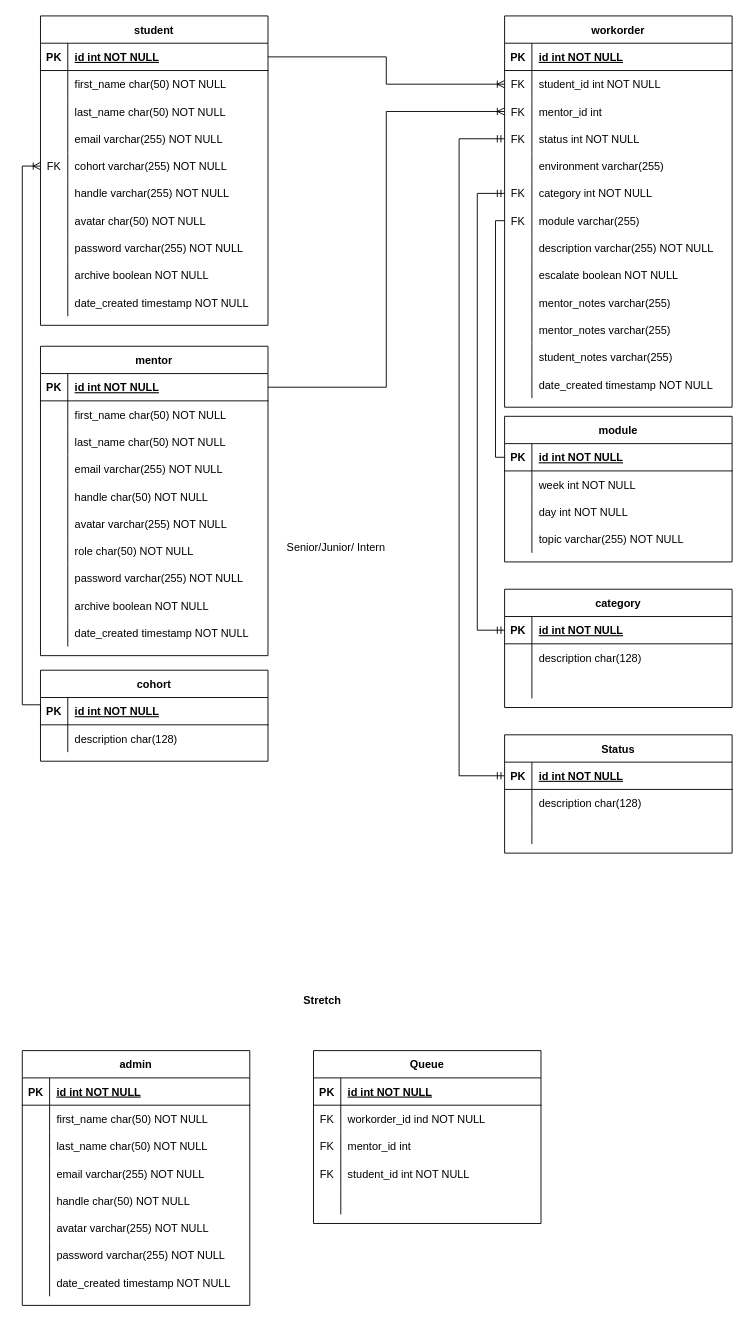
Above: doc/final_project_wo-erd.drawio in manwelja/final-project-workorders (draw.io), before the change. Source tidied: cells renumbered, new cells numbered last; positions are measured from the earlier drawing's top-left corner, leaving out a move shared by most shapes. Both pictures are drawn from the tidied source at 91%, with x=0, y=0 at pixel (22, 15).
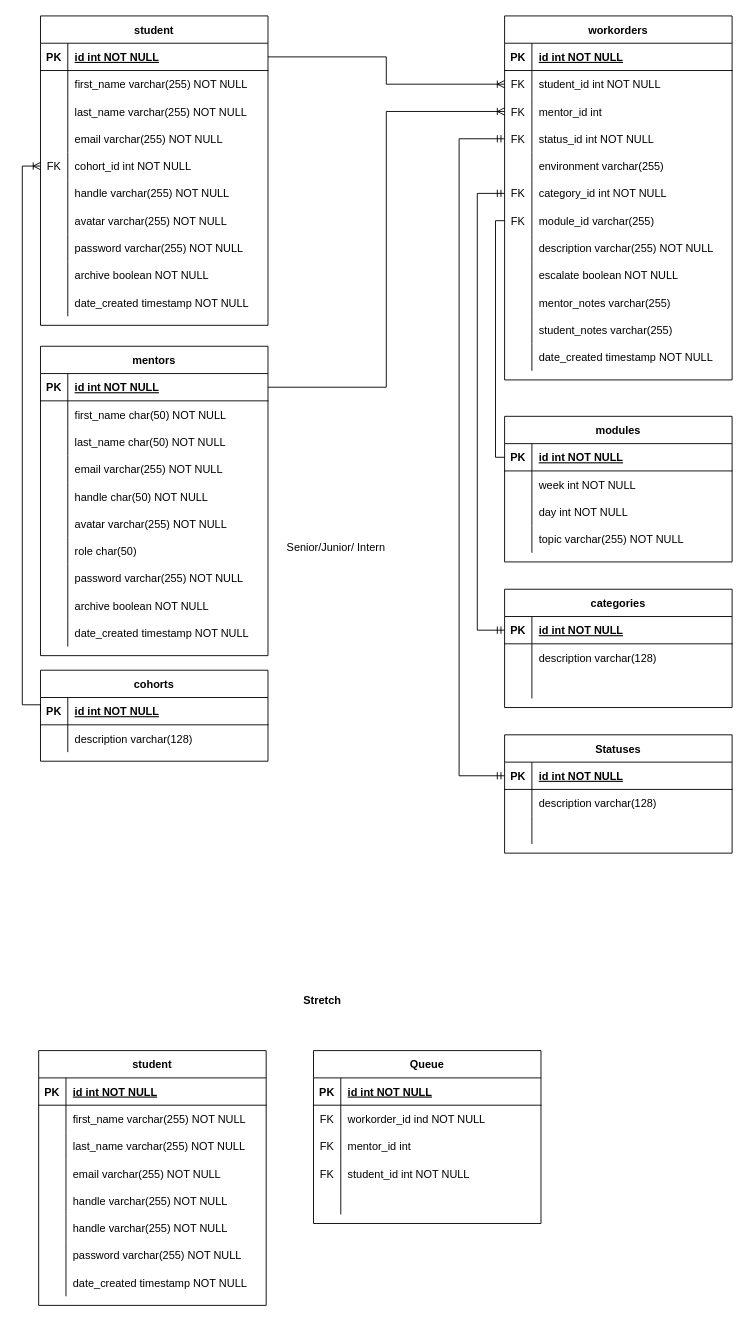
After the change.

The change refers to these unchanged cells:
```xml
<mxCell id="12" style="shape=partialRectangle;fillColor=none;points=[[0,0.5],[1,0.5]];portConstraint=eastwest;top=0;left=0;right=0;bottom=0;" parent="2" vertex="1">
  <mxGeometry y="120" width="250" height="30" as="geometry" />
</mxCell>
<mxCell id="18" style="shape=partialRectangle;fillColor=none;points=[[0,0.5],[1,0.5]];portConstraint=eastwest;top=0;left=0;right=0;bottom=0;" parent="2" vertex="1">
  <mxGeometry y="180" width="250" height="30" as="geometry" />
</mxCell>
<mxCell id="21" style="shape=partialRectangle;fillColor=none;points=[[0,0.5],[1,0.5]];portConstraint=eastwest;top=0;left=0;right=0;bottom=0;" parent="2" vertex="1">
  <mxGeometry y="210" width="250" height="30" as="geometry" />
</mxCell>
<mxCell id="59" style="shape=partialRectangle;fillColor=none;top=0;left=0;right=0;bottom=0;" parent="55" vertex="1">
  <mxGeometry y="60" width="250" height="30" as="geometry" />
</mxCell>
<mxCell id="62" style="shape=partialRectangle;fillColor=none;top=0;left=0;right=0;bottom=0;" parent="55" vertex="1">
  <mxGeometry y="90" width="250" height="30" as="geometry" />
</mxCell>
<mxCell id="68" style="shape=partialRectangle;fillColor=none;points=[[0,0.5],[1,0.5]];portConstraint=eastwest;top=0;left=0;right=0;bottom=0;" parent="55" vertex="1">
  <mxGeometry y="150" width="250" height="30" as="geometry" />
</mxCell>
<mxCell id="74" style="shape=partialRectangle;fillColor=none;top=0;left=0;right=0;bottom=0;" parent="55" vertex="1">
  <mxGeometry y="210" width="250" height="30" as="geometry" />
</mxCell>
<mxCell id="90" style="shape=partialRectangle;fillColor=none;top=0;left=0;right=0;bottom=0;" parent="86" vertex="1">
  <mxGeometry y="60" width="250" height="30" as="geometry" />
</mxCell>
<mxCell id="100" style="shape=partialRectangle;fillColor=none;top=0;left=0;right=0;bottom=0;" parent="96" vertex="1">
  <mxGeometry y="60" width="250" height="30" as="geometry" />
</mxCell>
<mxCell id="110" style="shape=partialRectangle;fillColor=none;top=0;left=0;right=0;bottom=0;" parent="106" vertex="1">
  <mxGeometry y="60" width="250" height="30" as="geometry" />
</mxCell>
<mxCell id="132" style="shape=partialRectangle;fillColor=none;top=0;left=0;right=0;bottom=0;" parent="113" vertex="1">
  <mxGeometry y="210" width="250" height="30" as="geometry" />
</mxCell>
```

Diff of the diagram source:
```diff
@@
-    <mxCell id="2" value="workorder" style="shape=table;startSize=30;childLayout=tableLayout;rowLines=0;fontStyle=1;align=center;" parent="1" vertex="1">
-      <mxGeometry x="530" width="250" height="430" as="geometry" />
+    <mxCell id="2" value="workorders" style="shape=table;startSize=30;childLayout=tableLayout;rowLines=0;fontStyle=1;align=center;" parent="1" vertex="1">
+      <mxGeometry x="530" width="250" height="400" as="geometry" />
     </mxCell>
@@
-    <mxCell id="14" value="status int NOT NULL" style="shape=partialRectangle;overflow=hidden;fillColor=none;top=0;left=0;bottom=0;right=0;align=left;spacingLeft=6;" parent="12" vertex="1">
+    <mxCell id="14" value="status_id int NOT NULL" style="shape=partialRectangle;overflow=hidden;fillColor=none;top=0;left=0;bottom=0;right=0;align=left;spacingLeft=6;" parent="12" vertex="1">
       <mxGeometry x="30" width="220" height="30" as="geometry" />
     </mxCell>
@@
-    <mxCell id="20" value="category int NOT NULL" style="shape=partialRectangle;overflow=hidden;fillColor=none;top=0;left=0;bottom=0;right=0;align=left;spacingLeft=6;" parent="18" vertex="1">
+    <mxCell id="20" value="category_id int NOT NULL" style="shape=partialRectangle;overflow=hidden;fillColor=none;top=0;left=0;bottom=0;right=0;align=left;spacingLeft=6;" parent="18" vertex="1">
       <mxGeometry x="30" width="220" height="30" as="geometry" />
     </mxCell>
@@
-    <mxCell id="23" value="module varchar(255) " style="shape=partialRectangle;overflow=hidden;fillColor=none;top=0;left=0;bottom=0;right=0;align=left;spacingLeft=6;" parent="21" vertex="1">
+    <mxCell id="23" value="module_id varchar(255) " style="shape=partialRectangle;overflow=hidden;fillColor=none;top=0;left=0;bottom=0;right=0;align=left;spacingLeft=6;" parent="21" vertex="1">
       <mxGeometry x="30" width="220" height="30" as="geometry" />
     </mxCell>
@@
-    <mxCell id="30" style="shape=partialRectangle;fillColor=none;top=0;left=0;right=0;bottom=0;" parent="2" vertex="1">
-      <mxGeometry y="300" width="250" height="30" as="geometry" />
-    </mxCell>
-    <mxCell id="31" style="shape=partialRectangle;overflow=hidden;fillColor=none;top=0;left=0;bottom=0;right=0;" parent="30" vertex="1">
-      <mxGeometry width="30" height="30" as="geometry" />
-    </mxCell>
-    <mxCell id="32" value="mentor_notes varchar(255)" style="shape=partialRectangle;overflow=hidden;fillColor=none;top=0;left=0;bottom=0;right=0;align=left;spacingLeft=6;" parent="30" vertex="1">
-      <mxGeometry x="30" width="220" height="30" as="geometry" />
-    </mxCell>
     <mxCell id="33" style="shape=partialRectangle;fillColor=none;top=0;left=0;right=0;bottom=0;" parent="2" vertex="1">
-      <mxGeometry y="330" width="250" height="30" as="geometry" />
+      <mxGeometry y="300" width="250" height="30" as="geometry" />
     </mxCell>
@@
     <mxCell id="36" style="shape=partialRectangle;fillColor=none;top=0;left=0;right=0;bottom=0;" parent="2" vertex="1">
-      <mxGeometry y="360" width="250" height="30" as="geometry" />
+      <mxGeometry y="330" width="250" height="30" as="geometry" />
     </mxCell>
@@
     <mxCell id="39" style="shape=partialRectangle;fillColor=none;top=0;left=0;right=0;bottom=0;" parent="2" vertex="1">
-      <mxGeometry y="390" width="250" height="30" as="geometry" />
+      <mxGeometry y="360" width="250" height="30" as="geometry" />
     </mxCell>
@@
-    <mxCell id="42" value="module" style="shape=table;startSize=30;childLayout=tableLayout;rowLines=0;fontStyle=1;align=center;" parent="1" vertex="1">
+    <mxCell id="42" value="modules" style="shape=table;startSize=30;childLayout=tableLayout;rowLines=0;fontStyle=1;align=center;" parent="1" vertex="1">
       <mxGeometry x="530" y="440" width="250" height="160" as="geometry" />
     </mxCell>
@@
-    <mxCell id="61" value="first_name char(50) NOT NULL" style="shape=partialRectangle;overflow=hidden;fillColor=none;top=0;left=0;bottom=0;right=0;align=left;spacingLeft=6;" parent="59" vertex="1">
+    <mxCell id="61" value="first_name varchar(255) NOT NULL" style="shape=partialRectangle;overflow=hidden;fillColor=none;top=0;left=0;bottom=0;right=0;align=left;spacingLeft=6;" parent="59" vertex="1">
       <mxGeometry x="30" width="220" height="30" as="geometry" />
     </mxCell>
@@
-    <mxCell id="64" value="last_name char(50) NOT NULL" style="shape=partialRectangle;overflow=hidden;fillColor=none;top=0;left=0;bottom=0;right=0;align=left;spacingLeft=6;" parent="62" vertex="1">
+    <mxCell id="64" value="last_name varchar(255) NOT NULL" style="shape=partialRectangle;overflow=hidden;fillColor=none;top=0;left=0;bottom=0;right=0;align=left;spacingLeft=6;" parent="62" vertex="1">
       <mxGeometry x="30" width="220" height="30" as="geometry" />
     </mxCell>
@@
-    <mxCell id="70" value="cohort varchar(255) NOT NULL" style="shape=partialRectangle;overflow=hidden;fillColor=none;top=0;left=0;bottom=0;right=0;align=left;spacingLeft=6;" parent="68" vertex="1">
+    <mxCell id="70" value="cohort_id int NOT NULL" style="shape=partialRectangle;overflow=hidden;fillColor=none;top=0;left=0;bottom=0;right=0;align=left;spacingLeft=6;" parent="68" vertex="1">
       <mxGeometry x="30" width="220" height="30" as="geometry" />
     </mxCell>
@@
-    <mxCell id="76" value="avatar char(50) NOT NULL" style="shape=partialRectangle;overflow=hidden;fillColor=none;top=0;left=0;bottom=0;right=0;align=left;spacingLeft=6;" parent="74" vertex="1">
+    <mxCell id="76" value="avatar varchar(255) NOT NULL" style="shape=partialRectangle;overflow=hidden;fillColor=none;top=0;left=0;bottom=0;right=0;align=left;spacingLeft=6;" parent="74" vertex="1">
       <mxGeometry x="30" width="220" height="30" as="geometry" />
     </mxCell>
@@
-    <mxCell id="86" value="Status" style="shape=table;startSize=30;childLayout=tableLayout;rowLines=0;fontStyle=1;align=center;" parent="1" vertex="1">
+    <mxCell id="86" value="Statuses" style="shape=table;startSize=30;childLayout=tableLayout;rowLines=0;fontStyle=1;align=center;" parent="1" vertex="1">
       <mxGeometry x="530" y="790" width="250" height="130" as="geometry" />
     </mxCell>
@@
-    <mxCell id="92" value="description char(128)" style="shape=partialRectangle;overflow=hidden;fillColor=none;top=0;left=0;bottom=0;right=0;align=left;spacingLeft=6;" parent="90" vertex="1">
+    <mxCell id="92" value="description varchar(128)" style="shape=partialRectangle;overflow=hidden;fillColor=none;top=0;left=0;bottom=0;right=0;align=left;spacingLeft=6;" parent="90" vertex="1">
       <mxGeometry x="30" width="220" height="30" as="geometry" />
     </mxCell>
@@
-    <mxCell id="96" value="category" style="shape=table;startSize=30;childLayout=tableLayout;rowLines=0;fontStyle=1;align=center;" parent="1" vertex="1">
+    <mxCell id="96" value="categories" style="shape=table;startSize=30;childLayout=tableLayout;rowLines=0;fontStyle=1;align=center;" parent="1" vertex="1">
       <mxGeometry x="530" y="630" width="250" height="130" as="geometry" />
     </mxCell>
@@
-    <mxCell id="102" value="description char(128)" style="shape=partialRectangle;overflow=hidden;fillColor=none;top=0;left=0;bottom=0;right=0;align=left;spacingLeft=6;" parent="100" vertex="1">
+    <mxCell id="102" value="description varchar(128)" style="shape=partialRectangle;overflow=hidden;fillColor=none;top=0;left=0;bottom=0;right=0;align=left;spacingLeft=6;" parent="100" vertex="1">
       <mxGeometry x="30" width="220" height="30" as="geometry" />
     </mxCell>
@@
-    <mxCell id="106" value="cohort" style="shape=table;startSize=30;childLayout=tableLayout;rowLines=0;fontStyle=1;align=center;" parent="1" vertex="1">
+    <mxCell id="106" value="cohorts" style="shape=table;startSize=30;childLayout=tableLayout;rowLines=0;fontStyle=1;align=center;" parent="1" vertex="1">
       <mxGeometry x="20" y="719" width="250" height="100" as="geometry" />
     </mxCell>
@@
-    <mxCell id="112" value="description char(128)" style="shape=partialRectangle;overflow=hidden;fillColor=none;top=0;left=0;bottom=0;right=0;align=left;spacingLeft=6;" parent="110" vertex="1">
+    <mxCell id="112" value="description varchar(128)" style="shape=partialRectangle;overflow=hidden;fillColor=none;top=0;left=0;bottom=0;right=0;align=left;spacingLeft=6;" parent="110" vertex="1">
       <mxGeometry x="30" width="220" height="30" as="geometry" />
     </mxCell>
-    <mxCell id="113" value="mentor" style="shape=table;startSize=30;childLayout=tableLayout;rowLines=0;fontStyle=1;align=center;" parent="1" vertex="1">
+    <mxCell id="113" value="mentors" style="shape=table;startSize=30;childLayout=tableLayout;rowLines=0;fontStyle=1;align=center;" parent="1" vertex="1">
       <mxGeometry x="20" y="363" width="250" height="340" as="geometry" />
     </mxCell>
@@
-    <mxCell id="134" value="role char(50) NOT NULL" style="shape=partialRectangle;overflow=hidden;fillColor=none;top=0;left=0;bottom=0;right=0;align=left;spacingLeft=6;" parent="132" vertex="1">
+    <mxCell id="134" value="role char(50)" style="shape=partialRectangle;overflow=hidden;fillColor=none;top=0;left=0;bottom=0;right=0;align=left;spacingLeft=6;" parent="132" vertex="1">
       <mxGeometry x="30" width="220" height="30" as="geometry" />
     </mxCell>
@@
-    <mxCell id="150" value="admin" style="shape=table;startSize=30;childLayout=tableLayout;rowLines=0;fontStyle=1;align=center;" parent="1" vertex="1">
-      <mxGeometry y="1137" width="250" height="280" as="geometry" />
-    </mxCell>
-    <mxCell id="151" style="shape=partialRectangle;fillColor=none;top=0;left=0;right=0;bottom=1;" parent="150" vertex="1">
-      <mxGeometry y="30" width="250" height="30" as="geometry" />
-    </mxCell>
-    <mxCell id="152" value="PK" style="shape=partialRectangle;overflow=hidden;fillColor=none;top=0;left=0;bottom=0;right=0;fontStyle=1;" parent="151" vertex="1">
-      <mxGeometry width="30" height="30" as="geometry" />
-    </mxCell>
-    <mxCell id="153" value="id int NOT NULL " style="shape=partialRectangle;overflow=hidden;fillColor=none;top=0;left=0;bottom=0;right=0;align=left;spacingLeft=6;fontStyle=5;" parent="151" vertex="1">
-      <mxGeometry x="30" width="220" height="30" as="geometry" />
-    </mxCell>
-    <mxCell id="154" style="shape=partialRectangle;fillColor=none;top=0;left=0;right=0;bottom=0;" parent="150" vertex="1">
-      <mxGeometry y="60" width="250" height="30" as="geometry" />
-    </mxCell>
-    <mxCell id="155" style="shape=partialRectangle;overflow=hidden;fillColor=none;top=0;left=0;bottom=0;right=0;" parent="154" vertex="1">
-      <mxGeometry width="30" height="30" as="geometry" />
-    </mxCell>
-    <mxCell id="156" value="first_name char(50) NOT NULL" style="shape=partialRectangle;overflow=hidden;fillColor=none;top=0;left=0;bottom=0;right=0;align=left;spacingLeft=6;" parent="154" vertex="1">
-      <mxGeometry x="30" width="220" height="30" as="geometry" />
-    </mxCell>
-    <mxCell id="157" style="shape=partialRectangle;fillColor=none;top=0;left=0;right=0;bottom=0;" parent="150" vertex="1">
-      <mxGeometry y="90" width="250" height="30" as="geometry" />
-    </mxCell>
-    <mxCell id="158" style="shape=partialRectangle;overflow=hidden;fillColor=none;top=0;left=0;bottom=0;right=0;" parent="157" vertex="1">
-      <mxGeometry width="30" height="30" as="geometry" />
-    </mxCell>
-    <mxCell id="159" value="last_name char(50) NOT NULL" style="shape=partialRectangle;overflow=hidden;fillColor=none;top=0;left=0;bottom=0;right=0;align=left;spacingLeft=6;" parent="157" vertex="1">
-      <mxGeometry x="30" width="220" height="30" as="geometry" />
-    </mxCell>
-    <mxCell id="160" style="shape=partialRectangle;fillColor=none;top=0;left=0;right=0;bottom=0;" parent="150" vertex="1">
-      <mxGeometry y="120" width="250" height="30" as="geometry" />
-    </mxCell>
-    <mxCell id="161" style="shape=partialRectangle;overflow=hidden;fillColor=none;top=0;left=0;bottom=0;right=0;" parent="160" vertex="1">
-      <mxGeometry width="30" height="30" as="geometry" />
-    </mxCell>
-    <mxCell id="162" value="email varchar(255) NOT NULL" style="shape=partialRectangle;overflow=hidden;fillColor=none;top=0;left=0;bottom=0;right=0;align=left;spacingLeft=6;" parent="160" vertex="1">
-      <mxGeometry x="30" width="220" height="30" as="geometry" />
-    </mxCell>
-    <mxCell id="163" style="shape=partialRectangle;fillColor=none;top=0;left=0;right=0;bottom=0;" parent="150" vertex="1">
-      <mxGeometry y="150" width="250" height="30" as="geometry" />
-    </mxCell>
-    <mxCell id="164" style="shape=partialRectangle;overflow=hidden;fillColor=none;top=0;left=0;bottom=0;right=0;" parent="163" vertex="1">
-      <mxGeometry width="30" height="30" as="geometry" />
-    </mxCell>
-    <mxCell id="165" value="handle char(50) NOT NULL" style="shape=partialRectangle;overflow=hidden;fillColor=none;top=0;left=0;bottom=0;right=0;align=left;spacingLeft=6;" parent="163" vertex="1">
-      <mxGeometry x="30" width="220" height="30" as="geometry" />
-    </mxCell>
-    <mxCell id="166" style="shape=partialRectangle;fillColor=none;top=0;left=0;right=0;bottom=0;" parent="150" vertex="1">
-      <mxGeometry y="180" width="250" height="30" as="geometry" />
-    </mxCell>
-    <mxCell id="167" style="shape=partialRectangle;overflow=hidden;fillColor=none;top=0;left=0;bottom=0;right=0;" parent="166" vertex="1">
-      <mxGeometry width="30" height="30" as="geometry" />
-    </mxCell>
-    <mxCell id="168" value="avatar varchar(255) NOT NULL" style="shape=partialRectangle;overflow=hidden;fillColor=none;top=0;left=0;bottom=0;right=0;align=left;spacingLeft=6;" parent="166" vertex="1">
-      <mxGeometry x="30" width="220" height="30" as="geometry" />
-    </mxCell>
-    <mxCell id="169" style="shape=partialRectangle;fillColor=none;top=0;left=0;right=0;bottom=0;" parent="150" vertex="1">
-      <mxGeometry y="210" width="250" height="30" as="geometry" />
-    </mxCell>
-    <mxCell id="170" style="shape=partialRectangle;overflow=hidden;fillColor=none;top=0;left=0;bottom=0;right=0;" parent="169" vertex="1">
-      <mxGeometry width="30" height="30" as="geometry" />
-    </mxCell>
-    <mxCell id="171" value="password varchar(255) NOT NULL" style="shape=partialRectangle;overflow=hidden;fillColor=none;top=0;left=0;bottom=0;right=0;align=left;spacingLeft=6;" parent="169" vertex="1">
-      <mxGeometry x="30" width="220" height="30" as="geometry" />
-    </mxCell>
-    <mxCell id="172" style="shape=partialRectangle;fillColor=none;top=0;left=0;right=0;bottom=0;" parent="150" vertex="1">
-      <mxGeometry y="240" width="250" height="30" as="geometry" />
-    </mxCell>
-    <mxCell id="173" style="shape=partialRectangle;overflow=hidden;fillColor=none;top=0;left=0;bottom=0;right=0;" parent="172" vertex="1">
-      <mxGeometry width="30" height="30" as="geometry" />
-    </mxCell>
-    <mxCell id="174" value="date_created timestamp NOT NULL" style="shape=partialRectangle;overflow=hidden;fillColor=none;top=0;left=0;bottom=0;right=0;align=left;spacingLeft=6;" parent="172" vertex="1">
-      <mxGeometry x="30" width="220" height="30" as="geometry" />
-    </mxCell>
@@
+    <mxCell id="193" value="student" style="shape=table;startSize=30;childLayout=tableLayout;rowLines=0;fontStyle=1;align=center;" parent="1" vertex="1">
+      <mxGeometry x="18" y="1137" width="250" height="280" as="geometry" />
+    </mxCell>
+    <mxCell id="151" style="shape=partialRectangle;fillColor=none;top=0;left=0;right=0;bottom=1;" parent="193" vertex="1">
+      <mxGeometry y="30" width="250" height="30" as="geometry" />
+    </mxCell>
+    <mxCell id="152" value="PK" style="shape=partialRectangle;overflow=hidden;fillColor=none;top=0;left=0;bottom=0;right=0;fontStyle=1;" parent="151" vertex="1">
+      <mxGeometry width="30" height="30" as="geometry" />
+    </mxCell>
+    <mxCell id="153" value="id int NOT NULL " style="shape=partialRectangle;overflow=hidden;fillColor=none;top=0;left=0;bottom=0;right=0;align=left;spacingLeft=6;fontStyle=5;" parent="151" vertex="1">
+      <mxGeometry x="30" width="220" height="30" as="geometry" />
+    </mxCell>
+    <mxCell id="154" style="shape=partialRectangle;fillColor=none;top=0;left=0;right=0;bottom=0;" parent="193" vertex="1">
+      <mxGeometry y="60" width="250" height="30" as="geometry" />
+    </mxCell>
+    <mxCell id="194" style="shape=partialRectangle;overflow=hidden;fillColor=none;top=0;left=0;bottom=0;right=0;" parent="154" vertex="1">
+      <mxGeometry width="30" height="30" as="geometry" />
+    </mxCell>
+    <mxCell id="195" value="first_name varchar(255) NOT NULL" style="shape=partialRectangle;overflow=hidden;fillColor=none;top=0;left=0;bottom=0;right=0;align=left;spacingLeft=6;" parent="154" vertex="1">
+      <mxGeometry x="30" width="220" height="30" as="geometry" />
+    </mxCell>
+    <mxCell id="157" style="shape=partialRectangle;fillColor=none;top=0;left=0;right=0;bottom=0;" parent="193" vertex="1">
+      <mxGeometry y="90" width="250" height="30" as="geometry" />
+    </mxCell>
+    <mxCell id="196" style="shape=partialRectangle;overflow=hidden;fillColor=none;top=0;left=0;bottom=0;right=0;" parent="157" vertex="1">
+      <mxGeometry width="30" height="30" as="geometry" />
+    </mxCell>
+    <mxCell id="197" value="last_name varchar(255) NOT NULL" style="shape=partialRectangle;overflow=hidden;fillColor=none;top=0;left=0;bottom=0;right=0;align=left;spacingLeft=6;" parent="157" vertex="1">
+      <mxGeometry x="30" width="220" height="30" as="geometry" />
+    </mxCell>
+    <mxCell id="160" style="shape=partialRectangle;fillColor=none;top=0;left=0;right=0;bottom=0;" parent="193" vertex="1">
+      <mxGeometry y="120" width="250" height="30" as="geometry" />
+    </mxCell>
+    <mxCell id="198" style="shape=partialRectangle;overflow=hidden;fillColor=none;top=0;left=0;bottom=0;right=0;" parent="160" vertex="1">
+      <mxGeometry width="30" height="30" as="geometry" />
+    </mxCell>
+    <mxCell id="162" value="email varchar(255) NOT NULL" style="shape=partialRectangle;overflow=hidden;fillColor=none;top=0;left=0;bottom=0;right=0;align=left;spacingLeft=6;" parent="160" vertex="1">
+      <mxGeometry x="30" width="220" height="30" as="geometry" />
+    </mxCell>
+    <mxCell id="163" style="shape=partialRectangle;fillColor=none;top=0;left=0;right=0;bottom=0;" parent="193" vertex="1">
+      <mxGeometry y="150" width="250" height="30" as="geometry" />
+    </mxCell>
+    <mxCell id="199" style="shape=partialRectangle;overflow=hidden;fillColor=none;top=0;left=0;bottom=0;right=0;" parent="163" vertex="1">
+      <mxGeometry width="30" height="30" as="geometry" />
+    </mxCell>
+    <mxCell id="200" value="handle varchar(255) NOT NULL" style="shape=partialRectangle;overflow=hidden;fillColor=none;top=0;left=0;bottom=0;right=0;align=left;spacingLeft=6;" parent="163" vertex="1">
+      <mxGeometry x="30" width="220" height="30" as="geometry" />
+    </mxCell>
+    <mxCell id="166" style="shape=partialRectangle;fillColor=none;top=0;left=0;right=0;bottom=0;" parent="193" vertex="1">
+      <mxGeometry y="180" width="250" height="30" as="geometry" />
+    </mxCell>
+    <mxCell id="201" style="shape=partialRectangle;overflow=hidden;fillColor=none;top=0;left=0;bottom=0;right=0;" parent="166" vertex="1">
+      <mxGeometry width="30" height="30" as="geometry" />
+    </mxCell>
+    <mxCell id="202" value="handle varchar(255) NOT NULL" style="shape=partialRectangle;overflow=hidden;fillColor=none;top=0;left=0;bottom=0;right=0;align=left;spacingLeft=6;" parent="166" vertex="1">
+      <mxGeometry x="30" width="220" height="30" as="geometry" />
+    </mxCell>
+    <mxCell id="169" style="shape=partialRectangle;fillColor=none;top=0;left=0;right=0;bottom=0;" parent="193" vertex="1">
+      <mxGeometry y="210" width="250" height="30" as="geometry" />
+    </mxCell>
+    <mxCell id="203" style="shape=partialRectangle;overflow=hidden;fillColor=none;top=0;left=0;bottom=0;right=0;" parent="169" vertex="1">
+      <mxGeometry width="30" height="30" as="geometry" />
+    </mxCell>
+    <mxCell id="171" value="password varchar(255) NOT NULL" style="shape=partialRectangle;overflow=hidden;fillColor=none;top=0;left=0;bottom=0;right=0;align=left;spacingLeft=6;" parent="169" vertex="1">
+      <mxGeometry x="30" width="220" height="30" as="geometry" />
+    </mxCell>
+    <mxCell id="172" style="shape=partialRectangle;fillColor=none;top=0;left=0;right=0;bottom=0;" parent="193" vertex="1">
+      <mxGeometry y="240" width="250" height="30" as="geometry" />
+    </mxCell>
+    <mxCell id="204" style="shape=partialRectangle;overflow=hidden;fillColor=none;top=0;left=0;bottom=0;right=0;" parent="172" vertex="1">
+      <mxGeometry width="30" height="30" as="geometry" />
+    </mxCell>
+    <mxCell id="174" value="date_created timestamp NOT NULL" style="shape=partialRectangle;overflow=hidden;fillColor=none;top=0;left=0;bottom=0;right=0;align=left;spacingLeft=6;" parent="172" vertex="1">
+      <mxGeometry x="30" width="220" height="30" as="geometry" />
+    </mxCell>
```
